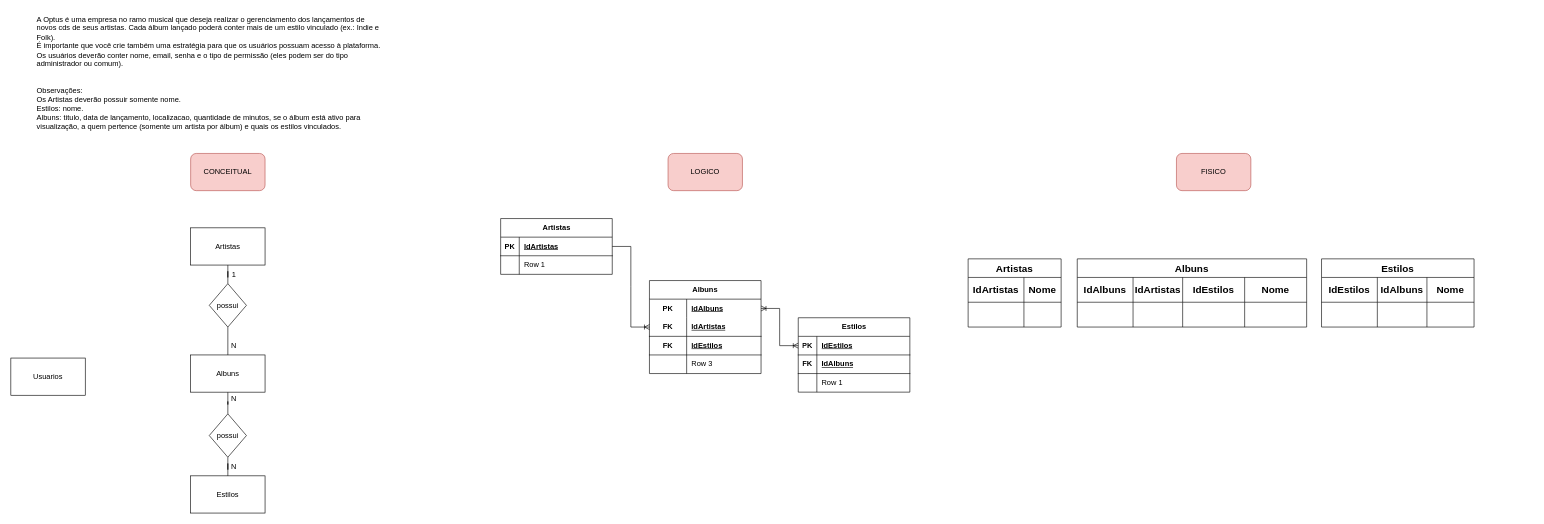
This is 2_Semestre/SPRINT_1/EX_Drawio/1.4.drawio from prgfe/Desenvolvimento_Sistemas, a draw.io file, before an edit. Source tidied: cells renumbered, new cells numbered last; positions are measured from the earlier drawing's top-left corner, leaving out a move shared by most shapes. Both pictures are drawn from the tidied source at 62%, with x=0, y=0 at pixel (11, 11).
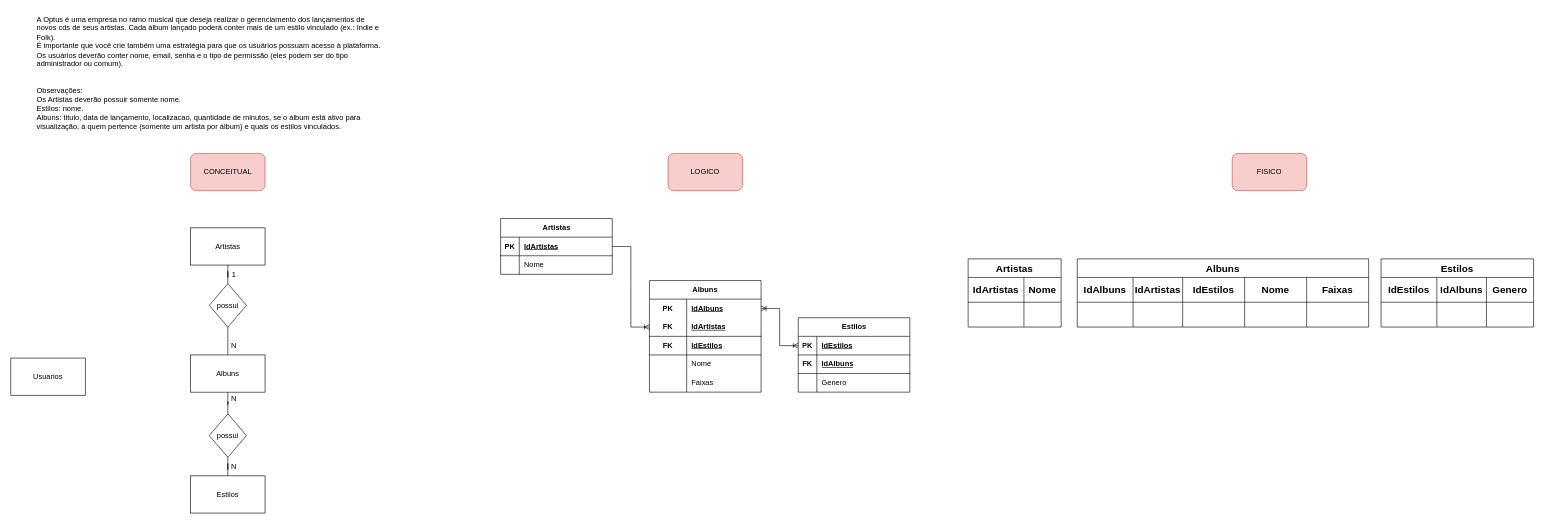
After the change.

The change refers to these unchanged cells:
```xml
<mxCell id="24" style="shape=tableRow;horizontal=0;startSize=0;swimlaneHead=0;swimlaneBody=0;fillColor=none;top=0;left=0;right=0;bottom=0;" parent="20" vertex="1">
  <mxGeometry y="60" width="180" height="30" as="geometry" />
</mxCell>
<mxCell id="37" style="shape=tableRow;horizontal=0;startSize=0;swimlaneHead=0;swimlaneBody=0;fillColor=none;top=0;left=0;right=0;bottom=0;html=1;" parent="27" vertex="1">
  <mxGeometry y="120" width="180" height="30" as="geometry" />
</mxCell>
<mxCell id="47" style="shape=tableRow;horizontal=0;startSize=0;swimlaneHead=0;swimlaneBody=0;fillColor=none;top=0;left=0;right=0;bottom=0;" parent="40" vertex="1">
  <mxGeometry y="90" width="180" height="30" as="geometry" />
</mxCell>
<mxCell id="71" style="shape=tableRow;horizontal=0;startSize=0;swimlaneHead=0;swimlaneBody=0;strokeColor=inherit;top=0;left=0;bottom=0;right=0;fillColor=none;fontSize=16;" parent="70" vertex="1">
  <mxGeometry y="30" width="246" height="40" as="geometry" />
</mxCell>
```

The edit, as a diff of the source:
```diff
@@
     <mxCell id="4" value="FISICO" style="rounded=1;whiteSpace=wrap;html=1;fillColor=#f8cecc;strokeColor=#b85450;" parent="1" vertex="1">
-      <mxGeometry x="1880" y="230" width="120" height="60" as="geometry" />
+      <mxGeometry x="1970" y="230" width="120" height="60" as="geometry" />
     </mxCell>
@@
-    <mxCell id="26" value="Row 1" style="shape=partialRectangle;fillColor=none;top=0;left=0;bottom=0;right=0;align=left;spacingLeft=6;overflow=hidden;whiteSpace=wrap;html=1;" parent="24" vertex="1">
+    <mxCell id="26" value="Nome" style="shape=partialRectangle;fillColor=none;top=0;left=0;bottom=0;right=0;align=left;spacingLeft=6;overflow=hidden;whiteSpace=wrap;html=1;" parent="24" vertex="1">
       <mxGeometry x="30" width="150" height="30" as="geometry" />
     </mxCell>
     <mxCell id="27" value="Albuns" style="shape=table;startSize=30;childLayout=tableLayout;rowLines=0;fontStyle=1;align=center;html=1;whiteSpace=wrap;" parent="1" vertex="1">
-      <mxGeometry x="1030" y="435" width="180" height="150" as="geometry" />
+      <mxGeometry x="1030" y="435" width="180" height="180" as="geometry" />
     </mxCell>
@@
-    <mxCell id="39" value="Row 3" style="shape=partialRectangle;fillColor=none;top=0;left=0;bottom=0;right=0;align=left;spacingLeft=6;overflow=hidden;html=1;whiteSpace=wrap;" parent="37" vertex="1">
+    <mxCell id="39" value="Nome" style="shape=partialRectangle;fillColor=none;top=0;left=0;bottom=0;right=0;align=left;spacingLeft=6;overflow=hidden;html=1;whiteSpace=wrap;" parent="37" vertex="1">
       <mxGeometry x="60" width="120" height="30" as="geometry" />
     </mxCell>
+    <mxCell id="79" style="shape=tableRow;horizontal=0;startSize=0;swimlaneHead=0;swimlaneBody=0;fillColor=none;top=0;left=0;right=0;bottom=0;html=1;" parent="27" vertex="1">
+      <mxGeometry y="150" width="180" height="30" as="geometry" />
+    </mxCell>
+    <mxCell id="80" style="shape=partialRectangle;fillColor=none;top=0;left=0;bottom=0;right=0;overflow=hidden;html=1;whiteSpace=wrap;" parent="79" vertex="1">
+      <mxGeometry width="60" height="30" as="geometry" />
+    </mxCell>
+    <mxCell id="81" value="Faixas" style="shape=partialRectangle;fillColor=none;top=0;left=0;bottom=0;right=0;align=left;spacingLeft=6;overflow=hidden;html=1;whiteSpace=wrap;" parent="79" vertex="1">
+      <mxGeometry x="60" width="120" height="30" as="geometry" />
+    </mxCell>
@@
-    <mxCell id="49" value="Row 1" style="shape=partialRectangle;fillColor=none;top=0;left=0;bottom=0;right=0;align=left;spacingLeft=6;overflow=hidden;whiteSpace=wrap;html=1;" parent="47" vertex="1">
+    <mxCell id="49" value="Genero" style="shape=partialRectangle;fillColor=none;top=0;left=0;bottom=0;right=0;align=left;spacingLeft=6;overflow=hidden;whiteSpace=wrap;html=1;" parent="47" vertex="1">
       <mxGeometry x="30" width="150" height="30" as="geometry" />
     </mxCell>
@@
     <mxCell id="59" value="Albuns" style="shape=table;startSize=30;childLayout=tableLayout;strokeColor=default;fontSize=16;fontStyle=1;" parent="1" vertex="1">
-      <mxGeometry x="1720" y="400" width="370" height="110" as="geometry" />
+      <mxGeometry x="1720" y="400" width="470" height="110" as="geometry" />
     </mxCell>
     <mxCell id="60" style="shape=tableRow;horizontal=0;startSize=0;swimlaneHead=0;swimlaneBody=0;strokeColor=inherit;top=0;left=0;bottom=0;right=0;fillColor=none;fontSize=16;" parent="59" vertex="1">
-      <mxGeometry y="30" width="370" height="40" as="geometry" />
+      <mxGeometry y="30" width="470" height="40" as="geometry" />
     </mxCell>
@@
+    <mxCell id="82" value="&lt;b&gt;Faixas&lt;/b&gt;" style="shape=partialRectangle;html=1;whiteSpace=wrap;strokeColor=inherit;overflow=hidden;fillColor=none;top=0;left=0;bottom=0;right=0;fontSize=16;" parent="60" vertex="1">
+      <mxGeometry x="370" width="100" height="40" as="geometry" />
+    </mxCell>
     <mxCell id="65" style="shape=tableRow;horizontal=0;startSize=0;swimlaneHead=0;swimlaneBody=0;strokeColor=inherit;top=0;left=0;bottom=0;right=0;fillColor=none;fontSize=16;" parent="59" vertex="1">
-      <mxGeometry y="70" width="370" height="40" as="geometry" />
+      <mxGeometry y="70" width="470" height="40" as="geometry" />
     </mxCell>
@@
+    <mxCell id="83" style="shape=partialRectangle;html=1;whiteSpace=wrap;strokeColor=inherit;overflow=hidden;fillColor=none;top=0;left=0;bottom=0;right=0;fontSize=16;" parent="65" vertex="1">
+      <mxGeometry x="370" width="100" height="40" as="geometry" />
+    </mxCell>
     <mxCell id="70" value="Estilos" style="shape=table;startSize=30;childLayout=tableLayout;strokeColor=default;fontSize=16;fontStyle=1;" parent="1" vertex="1">
-      <mxGeometry x="2114" y="400" width="246" height="110" as="geometry" />
+      <mxGeometry x="2210" y="400" width="246" height="110" as="geometry" />
     </mxCell>
@@
-    <mxCell id="74" value="&lt;b&gt;Nome&lt;/b&gt;" style="shape=partialRectangle;html=1;whiteSpace=wrap;strokeColor=inherit;overflow=hidden;fillColor=none;top=0;left=0;bottom=0;right=0;fontSize=16;" parent="71" vertex="1">
+    <mxCell id="74" value="&lt;b&gt;Genero&lt;/b&gt;" style="shape=partialRectangle;html=1;whiteSpace=wrap;strokeColor=inherit;overflow=hidden;fillColor=none;top=0;left=0;bottom=0;right=0;fontSize=16;" parent="71" vertex="1">
       <mxGeometry x="170" width="76" height="40" as="geometry" />
     </mxCell>
```
